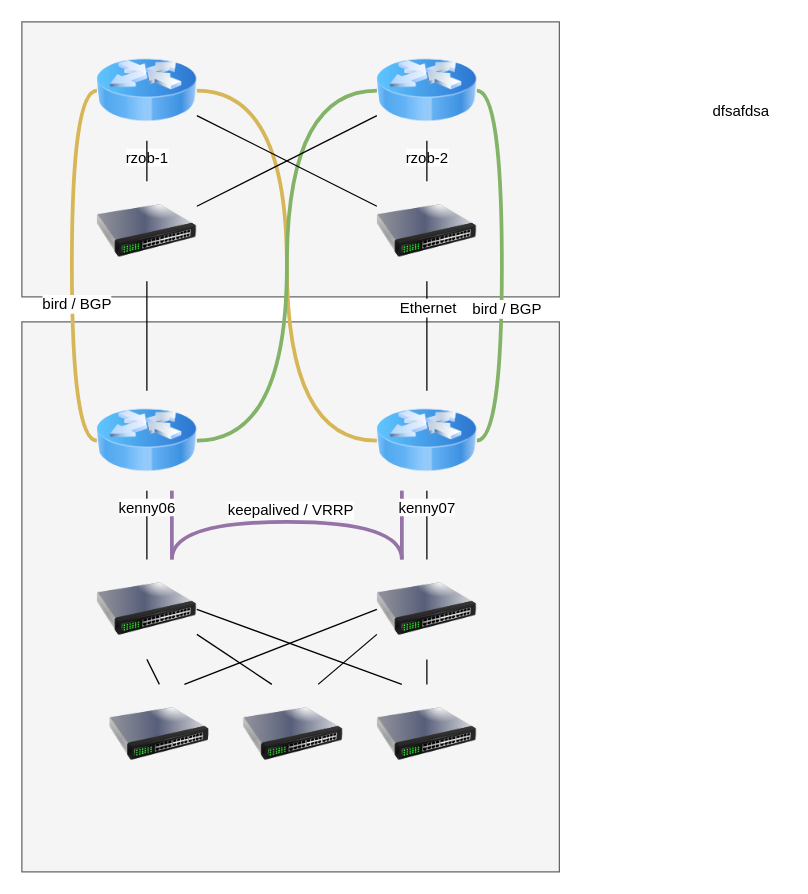
flyingcircusio/drawio keeps this draw.io diagram as RZOB Routers.drawio. Above is the earlier version. Source tidied: cells renumbered, new cells numbered last; positions are measured from the earlier drawing's top-left corner, leaving out a move shared by most shapes. Both pictures are drawn from the tidied source at 125%, with x=0, y=0 at pixel (21, 21).
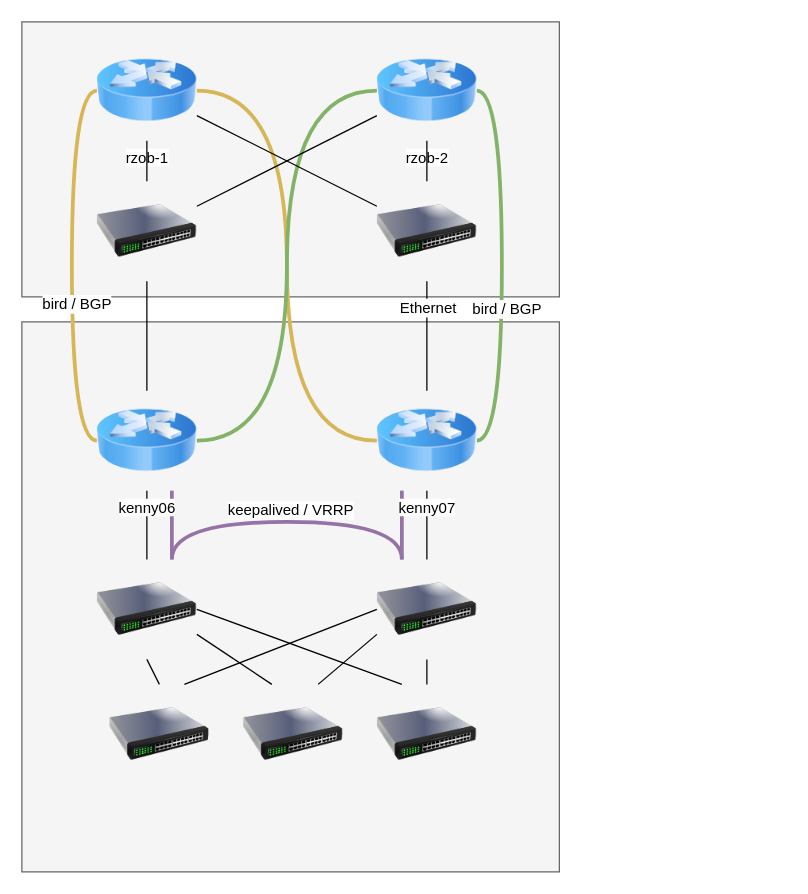
The same page after the edit.

Diff of the diagram source:
```diff
@@
-    <mxCell id="40" value="dfsafdsa" style="text;html=1;align=left;verticalAlign=top;spacingTop=-4;" parent="1" vertex="1">
-      <mxGeometry x="551" y="62" width="60" height="20" as="geometry" />
-    </mxCell>
```
